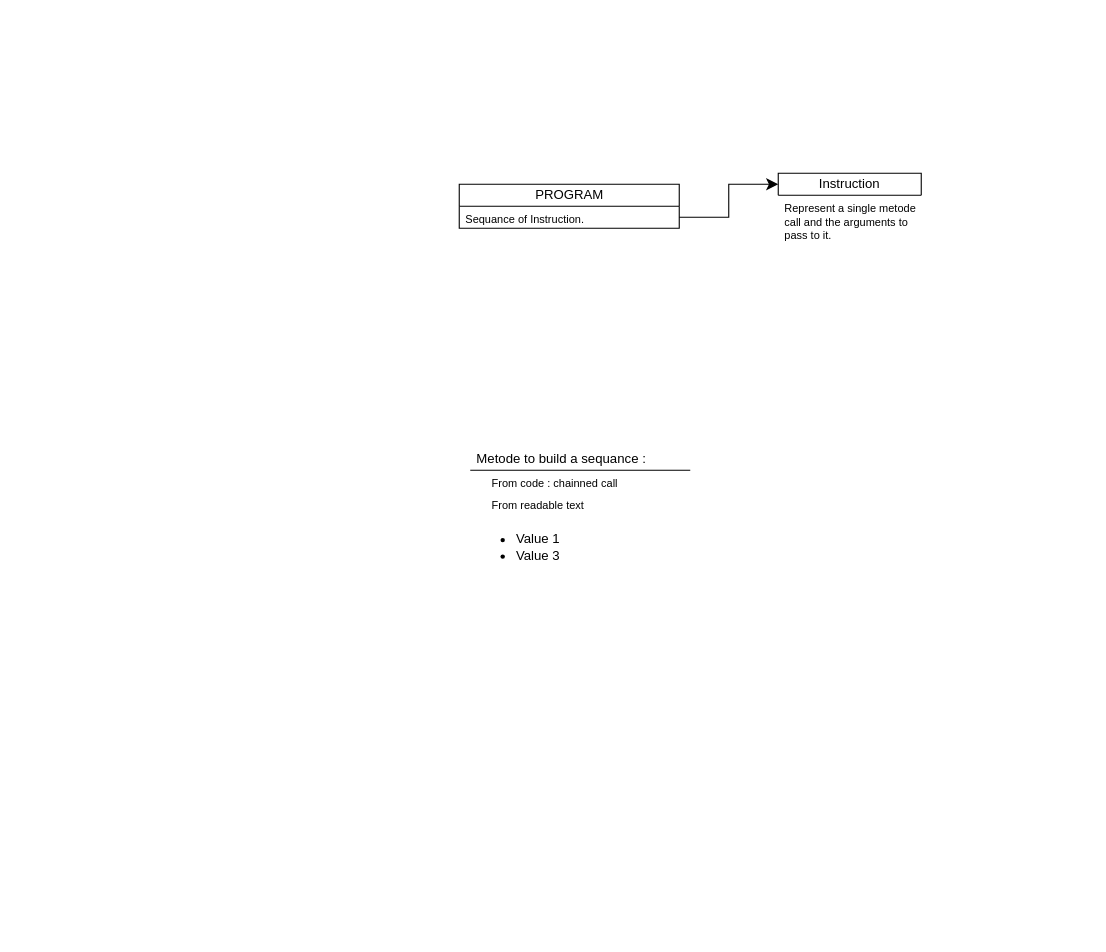
The draw.io diagram page "Dump" (2 of 3) of diagram.drawio in akariumfish/nodulo, before the edit. Source tidied: cells renumbered, new cells numbered last; positions are measured from the earlier drawing's top-left corner, leaving out a move shared by most shapes. Both pictures are drawn from the tidied source at 110%, with x=0, y=0 at pixel (459, 173).
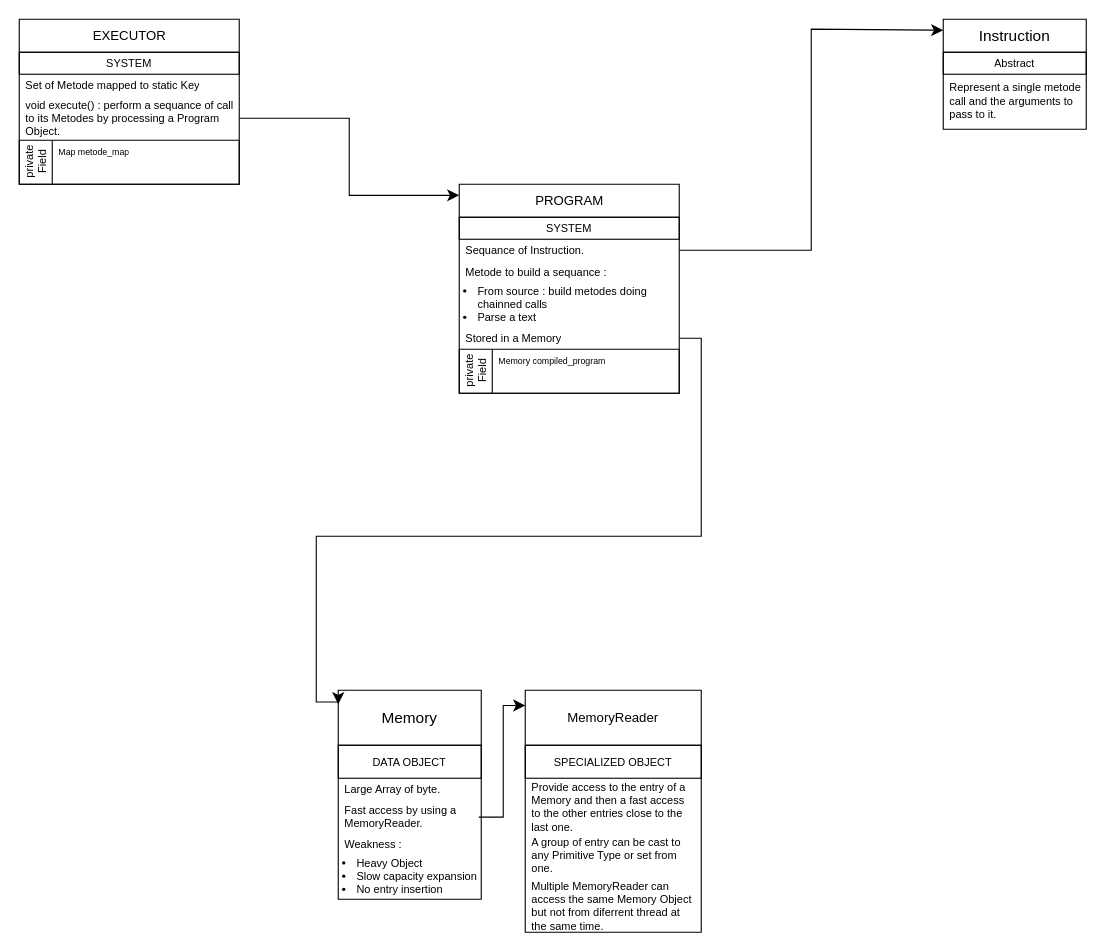
After the change.

Diff of the diagram source:
```diff
@@
-    <mxCell id="2" value="PROGRAM" style="swimlane;fontStyle=0;horizontal=1;startSize=20;fillColor=none;html=1;foldingIconSize=20;strokeColor=default;swimlaneBody=1;" parent="1" vertex="1">
-      <mxGeometry y="10" width="200" height="40" as="geometry" />
+    <mxCell id="2" value="PROGRAM" style="swimlane;fontStyle=0;horizontal=1;startSize=30;fillColor=none;html=1;foldingIconSize=20;strokeColor=default;swimlaneBody=1;fontColor=light-dark(#000000,#FF6666);" parent="1" vertex="1">
+      <mxGeometry y="10" width="200" height="190" as="geometry" />
     </mxCell>
+    <mxCell id="11" value="SYSTEM" style="text;strokeColor=default;fillColor=none;align=center;verticalAlign=middle;spacingLeft=4;spacingRight=4;overflow=hidden;whiteSpace=wrap;html=1;fontSize=10;fontColor=light-dark(#000000,#FF6666);" parent="2" vertex="1">
+      <mxGeometry y="30" width="200" height="20" as="geometry" />
+    </mxCell>
-    <mxCell id="3" value="Sequance of Instruction.&amp;nbsp;" style="text;strokeColor=none;fillColor=none;align=left;verticalAlign=top;spacingLeft=4;spacingRight=4;overflow=hidden;points=[[0,0.5],[1,0.5]];portConstraint=eastwest;whiteSpace=wrap;html=1;fontSize=10;" parent="2" vertex="1">
-      <mxGeometry y="20" width="200" height="20" as="geometry" />
+    <mxCell id="3" value="Sequance of Instruction.&amp;nbsp;" style="text;strokeColor=none;fillColor=none;align=left;verticalAlign=middle;spacingLeft=4;spacingRight=4;overflow=hidden;points=[[0,0.5],[1,0.5]];portConstraint=eastwest;whiteSpace=wrap;html=1;fontSize=10;" parent="2" vertex="1">
+      <mxGeometry y="50" width="200" height="20" as="geometry" />
     </mxCell>
+    <mxCell id="7" value="Metode to build a sequance :" style="swimlane;fontStyle=0;horizontal=1;startSize=20;fillColor=none;html=1;foldingIconSize=20;strokeColor=none;swimlaneBody=0;align=left;spacingLeft=4;swimlaneHead=0;fixedHeader=1;fontSize=10;" parent="2" vertex="1">
+      <mxGeometry y="70" width="200" height="60" as="geometry" />
+    </mxCell>
+    <mxCell id="10" value="&lt;ul&gt;&lt;li&gt;From source : build metodes doing chainned calls&lt;/li&gt;&lt;li&gt;Parse a text&amp;nbsp;&lt;/li&gt;&lt;/ul&gt;" style="text;html=1;whiteSpace=wrap;verticalAlign=top;overflow=hidden;fontSize=10;horizontal=1;labelPosition=center;verticalLabelPosition=middle;align=left;strokeColor=none;spacingLeft=-25;spacingTop=-15;" parent="7" vertex="1">
+      <mxGeometry y="20" width="200" height="40" as="geometry" />
+    </mxCell>
+    <mxCell id="12" value="Stored in a Memory" style="text;strokeColor=none;fillColor=none;align=left;verticalAlign=middle;spacingLeft=4;spacingRight=4;overflow=hidden;points=[[0,0.5],[1,0.5]];portConstraint=eastwest;whiteSpace=wrap;html=1;fontSize=10;" parent="2" vertex="1">
+      <mxGeometry y="130" width="200" height="20" as="geometry" />
+    </mxCell>
+    <mxCell id="13" value="private&lt;div&gt;&lt;span style=&quot;background-color: transparent; color: light-dark(rgb(0, 0, 0), rgb(255, 255, 255));&quot;&gt;Field&lt;/span&gt;&lt;/div&gt;" style="swimlane;fontStyle=0;horizontal=0;startSize=30;fillColor=none;html=1;foldingIconSize=20;strokeColor=default;swimlaneBody=1;fontSize=10;swimlaneHead=1;" parent="2" vertex="1">
+      <mxGeometry y="150" width="200" height="40" as="geometry" />
+    </mxCell>
+    <mxCell id="14" value="Memory compiled_program" style="text;strokeColor=none;fillColor=none;align=left;verticalAlign=top;spacingLeft=4;spacingRight=4;overflow=hidden;whiteSpace=wrap;html=1;fontColor=light-dark(#000000,#80FF00);fontSize=8;" parent="13" vertex="1">
+      <mxGeometry x="30" width="170" height="40" as="geometry" />
+    </mxCell>
+    <mxCell id="6" style="edgeStyle=orthogonalEdgeStyle;rounded=0;jettySize=auto;html=1;fontSize=12;startSize=8;endSize=8;exitX=1;exitY=0.5;exitDx=0;exitDy=0;libavoidRouting=1;entryX=0;entryY=0.1;entryDx=0;entryDy=0;entryPerimeter=0;" parent="1" edge="1" source="3" target="4">
+      <mxGeometry x="-0.15" relative="1" as="geometry">
+        <Array as="points">
+          <mxPoint x="320" y="70" />
+          <mxPoint x="320" y="-131" />
+        </Array>
+      </mxGeometry>
+    </mxCell>
+    <mxCell id="15" style="edgeStyle=orthogonalEdgeStyle;rounded=0;jettySize=auto;html=1;fontSize=12;startSize=8;endSize=8;exitX=1;exitY=0.5;exitDx=0;exitDy=0;entryX=0;entryY=0.067;entryDx=0;entryDy=0;entryPerimeter=0;" parent="1" edge="1" source="12" target="24">
+      <mxGeometry x="-0.4" relative="1" as="geometry">
+        <Array as="points">
+          <mxPoint x="220" y="150" />
+          <mxPoint x="220" y="330" />
+          <mxPoint x="-130" y="330" />
+          <mxPoint x="-130" y="480.7" />
+        </Array>
+      </mxGeometry>
+    </mxCell>
-    <mxCell id="4" value="Instruction" style="swimlane;fontStyle=0;horizontal=1;startSize=20;fillColor=none;html=1;foldingIconSize=20;strokeColor=default;swimlaneBody=0;whiteSpace=wrap;" parent="1" vertex="1">
-      <mxGeometry x="290" width="130" height="70" as="geometry" />
+    <mxCell id="4" value="Instruction" style="swimlane;fontStyle=0;horizontal=1;startSize=30;fillColor=none;html=1;foldingIconSize=20;strokeColor=default;swimlaneBody=1;whiteSpace=wrap;fontSize=14;fontColor=light-dark(#000000,#FFFFFF);" parent="1" vertex="1">
+      <mxGeometry x="440" y="-140" width="130" height="100" as="geometry" />
     </mxCell>
+    <mxCell id="16" value="Abstract" style="text;strokeColor=default;fillColor=none;align=center;verticalAlign=middle;spacingLeft=4;spacingRight=4;overflow=hidden;whiteSpace=wrap;html=1;fontSize=10;fontColor=light-dark(#000000,#FFFFFF);" parent="4" vertex="1">
+      <mxGeometry y="30" width="130" height="20" as="geometry" />
+    </mxCell>
     <mxCell id="5" value="Represent a single metode call and the arguments to pass to it.&amp;nbsp;" style="text;strokeColor=none;fillColor=none;align=left;verticalAlign=top;spacingLeft=4;spacingRight=4;overflow=hidden;whiteSpace=wrap;html=1;fontSize=10;" parent="4" vertex="1">
-      <mxGeometry y="20" width="130" height="50" as="geometry" />
+      <mxGeometry y="50" width="130" height="50" as="geometry" />
     </mxCell>
-    <mxCell id="6" style="edgeStyle=orthogonalEdgeStyle;rounded=0;jettySize=auto;html=1;fontSize=12;startSize=8;endSize=8;entryX=0;entryY=0.143;entryDx=0;entryDy=0;entryPerimeter=0;exitX=1;exitY=0.5;exitDx=0;exitDy=0;libavoidRouting=1;" parent="1" edge="1" source="3" target="4">
-      <mxGeometry relative="1" as="geometry">
-        <Array as="points">
-          <mxPoint x="245" y="40" />
-          <mxPoint x="245" y="10" />
-        </Array>
-      </mxGeometry>
-    </mxCell>
-    <mxCell id="7" value="Metode to build a sequance :" style="swimlane;fontStyle=0;horizontal=1;startSize=20;fillColor=none;html=1;foldingIconSize=20;strokeColor=default;swimlaneBody=0;align=left;spacingLeft=4;swimlaneHead=0;fixedHeader=1;" parent="1" vertex="1">
-      <mxGeometry x="10" y="250" width="200" height="120" as="geometry" />
-    </mxCell>
-    <mxCell id="8" value="&amp;nbsp; &amp;nbsp; &amp;nbsp;From code : chainned call" style="text;strokeColor=none;fillColor=none;align=left;verticalAlign=top;spacingLeft=4;spacingRight=4;overflow=hidden;whiteSpace=wrap;html=1;fontSize=10;" parent="7" vertex="1">
-      <mxGeometry y="20" width="200" height="20" as="geometry" />
-    </mxCell>
-    <mxCell id="9" value="&amp;nbsp; &amp;nbsp; &amp;nbsp;From readable text" style="text;strokeColor=none;fillColor=none;align=left;verticalAlign=top;spacingLeft=4;spacingRight=4;overflow=hidden;whiteSpace=wrap;html=1;fontSize=10;" parent="7" vertex="1">
-      <mxGeometry y="40" width="200" height="20" as="geometry" />
-    </mxCell>
-    <mxCell id="10" value="&lt;ul&gt;&lt;li&gt;Value 1&lt;/li&gt;&lt;li&gt;Value 3&lt;/li&gt;&lt;/ul&gt;" style="text;strokeColor=none;fillColor=none;html=1;whiteSpace=wrap;verticalAlign=middle;overflow=hidden;" parent="7" vertex="1">
-      <mxGeometry y="60" width="200" height="60" as="geometry" />
-    </mxCell>
+    <mxCell id="17" value="EXECUTOR" style="swimlane;fontStyle=0;horizontal=1;startSize=30;fillColor=none;html=1;foldingIconSize=20;strokeColor=default;swimlaneBody=1;fontColor=light-dark(#000000,#FF6666);" parent="1" vertex="1">
+      <mxGeometry x="-400" y="-140" width="200" height="150" as="geometry" />
+    </mxCell>
+    <mxCell id="18" value="SYSTEM" style="text;strokeColor=default;fillColor=none;align=center;verticalAlign=middle;spacingLeft=4;spacingRight=4;overflow=hidden;whiteSpace=wrap;html=1;fontSize=10;fontColor=light-dark(#000000,#FF6666);" parent="17" vertex="1">
+      <mxGeometry y="30" width="200" height="20" as="geometry" />
+    </mxCell>
+    <mxCell id="19" value="Set of Metode mapped to static Key" style="text;strokeColor=none;fillColor=none;align=left;verticalAlign=middle;spacingLeft=4;spacingRight=4;overflow=hidden;whiteSpace=wrap;html=1;fontSize=10;" parent="17" vertex="1">
+      <mxGeometry y="50" width="200" height="20" as="geometry" />
+    </mxCell>
+    <mxCell id="20" value="void execute() : perform a sequance of call to its Metodes by processing a Program Object.&amp;nbsp;" style="text;strokeColor=none;fillColor=none;align=left;verticalAlign=middle;spacingLeft=4;spacingRight=4;overflow=hidden;points=[[0,0.5],[1,0.5]];portConstraint=eastwest;whiteSpace=wrap;html=1;fontSize=10;" parent="17" vertex="1">
+      <mxGeometry y="70" width="200" height="40" as="geometry" />
+    </mxCell>
+    <mxCell id="21" value="private&lt;div&gt;&lt;span style=&quot;background-color: transparent; color: light-dark(rgb(0, 0, 0), rgb(255, 255, 255));&quot;&gt;Field&lt;/span&gt;&lt;/div&gt;" style="swimlane;fontStyle=0;horizontal=0;startSize=30;fillColor=none;html=1;foldingIconSize=20;strokeColor=default;swimlaneBody=1;fontSize=10;swimlaneHead=1;" parent="17" vertex="1">
+      <mxGeometry y="110" width="200" height="40" as="geometry" />
+    </mxCell>
+    <mxCell id="22" value="Map metode_map" style="text;strokeColor=none;fillColor=none;align=left;verticalAlign=top;spacingLeft=4;spacingRight=4;overflow=hidden;whiteSpace=wrap;html=1;fontColor=light-dark(#000000,#FFFFFF);fontSize=8;" parent="21" vertex="1">
+      <mxGeometry x="30" width="170" height="40" as="geometry" />
+    </mxCell>
+    <mxCell id="23" style="edgeStyle=orthogonalEdgeStyle;rounded=0;jettySize=auto;html=1;fontSize=12;startSize=8;endSize=8;entryX=0;entryY=0.053;entryDx=0;entryDy=0;entryPerimeter=0;libavoidRouting=1;exitX=1;exitY=0.5;exitDx=0;exitDy=0;" parent="1" edge="1" source="20" target="2">
+      <mxGeometry x="0.39" relative="1" as="geometry">
+        <Array as="points">
+          <mxPoint x="-100" y="-50" />
+          <mxPoint x="-100" y="20" />
+        </Array>
+      </mxGeometry>
+    </mxCell>
+    <mxCell id="24" value="Memory" style="swimlane;fontStyle=0;horizontal=1;startSize=50;fillColor=none;html=1;foldingIconSize=20;strokeColor=default;swimlaneBody=1;whiteSpace=wrap;fontSize=14;fontColor=light-dark(#000000,#80FF00);" parent="1" vertex="1">
+      <mxGeometry x="-110" y="470" width="130" height="190" as="geometry" />
+    </mxCell>
+    <mxCell id="25" value="DATA OBJECT" style="text;strokeColor=default;fillColor=none;align=center;verticalAlign=middle;spacingLeft=4;spacingRight=4;overflow=hidden;whiteSpace=wrap;html=1;fontSize=10;fontColor=light-dark(#000000,#80FF00);" parent="24" vertex="1">
+      <mxGeometry y="50" width="130" height="30" as="geometry" />
+    </mxCell>
+    <mxCell id="26" value="Large Array of byte.&amp;nbsp;" style="text;strokeColor=none;fillColor=none;align=left;verticalAlign=middle;spacingLeft=4;spacingRight=4;overflow=hidden;whiteSpace=wrap;html=1;fontSize=10;" parent="24" vertex="1">
+      <mxGeometry y="80" width="130" height="20" as="geometry" />
+    </mxCell>
+    <mxCell id="27" value="Fast access by using a MemoryReader.&amp;nbsp;" style="text;strokeColor=none;fillColor=none;align=left;verticalAlign=middle;spacingLeft=4;spacingRight=4;overflow=hidden;points=[[0,0.5],[1,0.5]];portConstraint=eastwest;whiteSpace=wrap;html=1;fontSize=10;" parent="24" vertex="1">
+      <mxGeometry y="100" width="130" height="30" as="geometry" />
+    </mxCell>
+    <mxCell id="28" value="Weakness :&amp;nbsp;" style="text;strokeColor=none;fillColor=none;align=left;verticalAlign=middle;spacingLeft=4;spacingRight=4;overflow=hidden;whiteSpace=wrap;html=1;fontSize=10;" parent="24" vertex="1">
+      <mxGeometry y="130" width="130" height="20" as="geometry" />
+    </mxCell>
+    <mxCell id="29" value="&lt;ul&gt;&lt;li&gt;Heavy Object&lt;/li&gt;&lt;li&gt;Slow capacity expansion&lt;/li&gt;&lt;li&gt;No entry insertion&lt;/li&gt;&lt;/ul&gt;" style="text;html=1;whiteSpace=wrap;verticalAlign=top;overflow=hidden;fontSize=10;horizontal=1;labelPosition=center;verticalLabelPosition=middle;align=left;strokeColor=none;spacingLeft=-25;spacingTop=-15;" parent="24" vertex="1">
+      <mxGeometry y="150" width="130" height="40" as="geometry" />
+    </mxCell>
+    <mxCell id="30" value="MemoryReader" style="swimlane;fontStyle=0;horizontal=1;startSize=50;fillColor=none;html=1;foldingIconSize=20;strokeColor=default;swimlaneBody=1;whiteSpace=wrap;fontColor=light-dark(#000000,#FF9933);" parent="1" vertex="1">
+      <mxGeometry x="60" y="470" width="160" height="220" as="geometry" />
+    </mxCell>
+    <mxCell id="31" value="SPECIALIZED OBJECT" style="text;strokeColor=default;fillColor=none;align=center;verticalAlign=middle;spacingLeft=4;spacingRight=4;overflow=hidden;whiteSpace=wrap;html=1;fontSize=10;fontColor=light-dark(#000000,#FF9933);" parent="30" vertex="1">
+      <mxGeometry y="50" width="160" height="30" as="geometry" />
+    </mxCell>
+    <mxCell id="32" value="Provide access to the entry of a Memory and then a fast access to the other entries close to the last one.&amp;nbsp;" style="text;strokeColor=none;fillColor=none;align=left;verticalAlign=middle;spacingLeft=4;spacingRight=4;overflow=hidden;whiteSpace=wrap;html=1;fontSize=10;" parent="30" vertex="1">
+      <mxGeometry y="80" width="160" height="50" as="geometry" />
+    </mxCell>
+    <mxCell id="33" value="A group of entry can be cast to any Primitive Type or set from one.&amp;nbsp;" style="text;strokeColor=none;fillColor=none;align=left;verticalAlign=middle;spacingLeft=4;spacingRight=4;overflow=hidden;whiteSpace=wrap;html=1;fontSize=10;" parent="30" vertex="1">
+      <mxGeometry y="130" width="160" height="40" as="geometry" />
+    </mxCell>
+    <mxCell id="34" value="Multiple MemoryReader can access the same Memory Object but not from diferrent thread at the same time.&amp;nbsp;" style="text;strokeColor=none;fillColor=none;align=left;verticalAlign=middle;spacingLeft=4;spacingRight=4;overflow=hidden;whiteSpace=wrap;html=1;fontSize=10;" parent="30" vertex="1">
+      <mxGeometry y="170" width="160" height="50" as="geometry" />
+    </mxCell>
+    <mxCell id="35" style="edgeStyle=orthogonalEdgeStyle;rounded=0;jettySize=auto;html=1;fontSize=12;startSize=8;endSize=8;entryX=0;entryY=0.063;entryDx=0;entryDy=0;entryPerimeter=0;exitX=0.983;exitY=0.51;exitDx=0;exitDy=0;exitPerimeter=0;libavoidRouting=1;" parent="1" edge="1" source="27" target="30">
+      <mxGeometry relative="1" as="geometry">
+        <Array as="points">
+          <mxPoint x="40" y="585" />
+          <mxPoint x="40" y="484" />
+        </Array>
+      </mxGeometry>
+    </mxCell>
```
